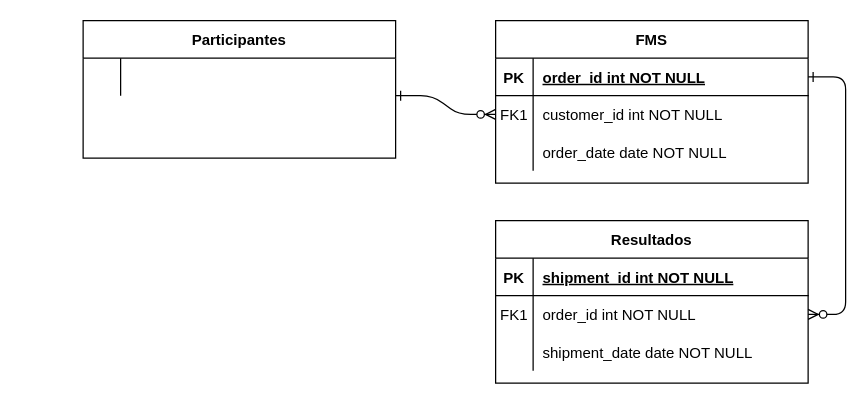
omar068/fundamentos_bd keeps this draw.io diagram as Untitled Diagram.drawio. Above is the earlier version. Source tidied: cells renumbered, new cells numbered last; positions are measured from the earlier drawing's top-left corner, leaving out a move shared by most shapes. Both pictures are drawn from the tidied source at 125%, with x=0, y=0 at pixel (82, 20).
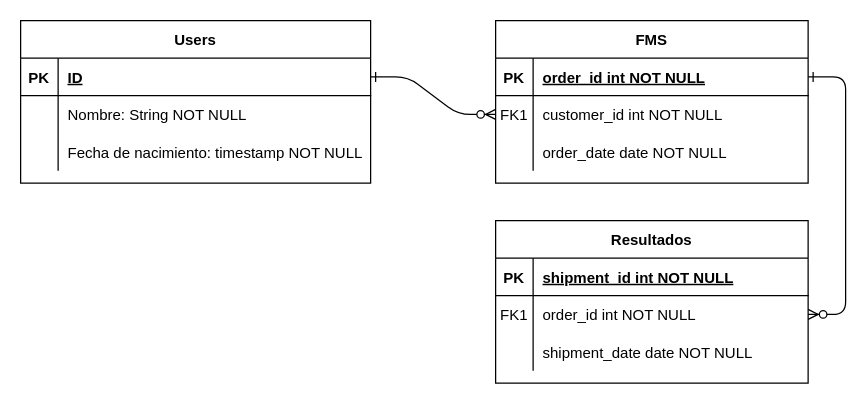
Above is the later version.

The change refers to these unchanged cells:
```xml
<mxCell id="8" style="shape=partialRectangle;fillColor=none;points=[[0,0.5],[1,0.5]];portConstraint=eastwest;top=0;left=0;right=0;bottom=0;" parent="4" vertex="1">
  <mxGeometry y="60" width="250" height="30" as="geometry" />
</mxCell>
```

Diff of the diagram source:
```diff
@@
-    <mxCell id="2" style="edgeStyle=entityRelationEdgeStyle;endArrow=ERzeroToMany;startArrow=ERone;endFill=1;startFill=0;" parent="1" edge="1" target="8">
-      <mxGeometry relative="1" as="geometry">
-        <mxPoint x="250" y="60" as="sourcePoint" />
-      </mxGeometry>
+    <mxCell id="2" style="edgeStyle=entityRelationEdgeStyle;endArrow=ERzeroToMany;startArrow=ERone;endFill=1;startFill=0;exitX=1;exitY=0.5;exitDx=0;exitDy=0;" parent="1" edge="1" source="29" target="8">
+      <mxGeometry relative="1" as="geometry" />
     </mxCell>
@@
-    <mxCell id="24" value="Participantes" style="shape=table;startSize=30;childLayout=tableLayout;rowLines=0;fontStyle=1;align=center;" parent="1" vertex="1">
-      <mxGeometry width="250" height="110" as="geometry" />
-    </mxCell>
-    <mxCell id="25" style="shape=partialRectangle;fillColor=none;top=0;left=0;right=0;bottom=0;" parent="24" vertex="1">
-      <mxGeometry y="30" width="250" height="30" as="geometry" />
-    </mxCell>
-    <mxCell id="26" style="shape=partialRectangle;overflow=hidden;fillColor=none;top=0;left=0;bottom=0;right=0;" parent="25" vertex="1">
-      <mxGeometry width="30" height="30" as="geometry" />
-    </mxCell>
-    <mxCell id="27" style="shape=partialRectangle;overflow=hidden;fillColor=none;top=0;left=0;bottom=0;right=0;align=left;spacingLeft=6;" parent="25" vertex="1">
-      <mxGeometry x="30" width="220" height="30" as="geometry" />
-    </mxCell>
+    <mxCell id="28" value="Users" style="shape=table;startSize=30;childLayout=tableLayout;rowLines=0;fontStyle=1;align=center;" parent="1" vertex="1">
+      <mxGeometry x="-50" width="280" height="130" as="geometry" />
+    </mxCell>
+    <mxCell id="29" style="shape=partialRectangle;fillColor=none;points=[[0,0.5],[1,0.5]];portConstraint=eastwest;top=0;left=0;right=0;bottom=1;" parent="28" vertex="1">
+      <mxGeometry y="30" width="280" height="30" as="geometry" />
+    </mxCell>
+    <mxCell id="30" value="PK" style="shape=partialRectangle;overflow=hidden;fillColor=none;top=0;left=0;bottom=0;right=0;fontStyle=1;" parent="29" vertex="1">
+      <mxGeometry width="30" height="30" as="geometry" />
+    </mxCell>
+    <mxCell id="31" value="ID" style="shape=partialRectangle;overflow=hidden;fillColor=none;top=0;left=0;bottom=0;right=0;align=left;spacingLeft=6;fontStyle=5;" parent="29" vertex="1">
+      <mxGeometry x="30" width="250" height="30" as="geometry" />
+    </mxCell>
+    <mxCell id="32" style="shape=partialRectangle;fillColor=none;top=0;left=0;right=0;bottom=0;" parent="28" vertex="1">
+      <mxGeometry y="60" width="280" height="30" as="geometry" />
+    </mxCell>
+    <mxCell id="33" style="shape=partialRectangle;overflow=hidden;fillColor=none;top=0;left=0;bottom=0;right=0;" parent="32" vertex="1">
+      <mxGeometry width="30" height="30" as="geometry" />
+    </mxCell>
+    <mxCell id="34" value="Nombre: String NOT NULL" style="shape=partialRectangle;overflow=hidden;fillColor=none;top=0;left=0;bottom=0;right=0;align=left;spacingLeft=6;" parent="32" vertex="1">
+      <mxGeometry x="30" width="250" height="30" as="geometry" />
+    </mxCell>
+    <mxCell id="35" style="shape=partialRectangle;fillColor=none;top=0;left=0;right=0;bottom=0;" parent="28" vertex="1">
+      <mxGeometry y="90" width="280" height="30" as="geometry" />
+    </mxCell>
+    <mxCell id="36" style="shape=partialRectangle;overflow=hidden;fillColor=none;top=0;left=0;bottom=0;right=0;" parent="35" vertex="1">
+      <mxGeometry width="30" height="30" as="geometry" />
+    </mxCell>
+    <mxCell id="37" value="Fecha de nacimiento: timestamp NOT NULL" style="shape=partialRectangle;overflow=hidden;fillColor=none;top=0;left=0;bottom=0;right=0;align=left;spacingLeft=6;" parent="35" vertex="1">
+      <mxGeometry x="30" width="250" height="30" as="geometry" />
+    </mxCell>
```
